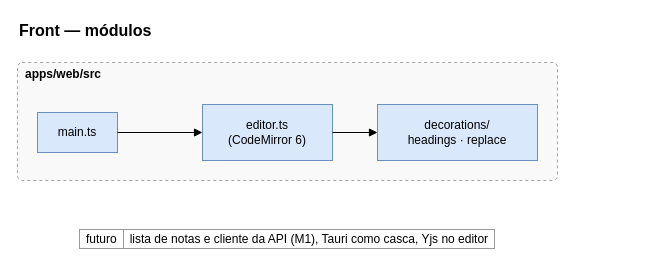
Earlier version of the draw.io diagram ai/kb/diagramas/estrutura-front.drawio (LuccaRh/NoteProject). Source tidied: cells renumbered, new cells numbered last; positions are measured from the earlier drawing's top-left corner, leaving out a move shared by most shapes. Both pictures are drawn from the tidied source at 100%, with x=0, y=0 at pixel (17, 17).
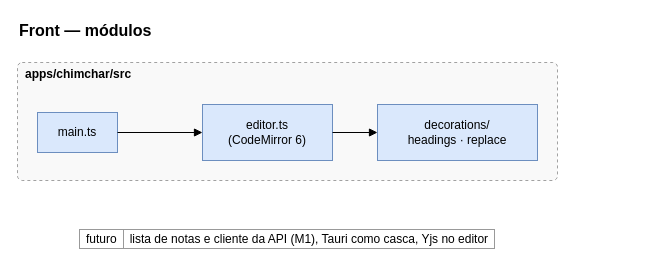
Above is the later version.

Diff of the diagram source:
```diff
@@
 <mxGraphModel background="#ffffff">
   <root>
     <mxCell id="0" />
     <mxCell id="1" parent="0" />
     <mxCell id="2" value="Front — módulos" style="text;html=1;align=left;verticalAlign=middle;fontSize=16;fontStyle=1;" parent="1" vertex="1">
       <mxGeometry width="157" height="26" as="geometry" />
     </mxCell>
     <mxCell id="3" style="rounded=1;arcSize=4;dashed=1;html=1;fontSize=12;fillColor=#f5f5f5;strokeColor=#666666;opacity=60;" parent="1" vertex="1">
       <mxGeometry y="45" width="540" height="118" as="geometry" />
     </mxCell>
     <mxCell id="4" value="main.ts" style="html=1;whiteSpace=wrap;fontSize=12;rounded=0;fillColor=#dae8fc;strokeColor=#6c8ebf;" parent="1" vertex="1">
       <mxGeometry x="20" y="95" width="80" height="40" as="geometry" />
     </mxCell>
     <mxCell id="5" value="editor.ts&lt;br&gt;(CodeMirror 6)" style="html=1;whiteSpace=wrap;fontSize=12;rounded=0;fillColor=#dae8fc;strokeColor=#6c8ebf;" parent="1" vertex="1">
       <mxGeometry x="185" y="87" width="130" height="56" as="geometry" />
     </mxCell>
     <mxCell id="6" value="decorations/&lt;br&gt;headings · replace" style="html=1;whiteSpace=wrap;fontSize=12;rounded=0;fillColor=#dae8fc;strokeColor=#6c8ebf;" parent="1" vertex="1">
       <mxGeometry x="360" y="87" width="160" height="56" as="geometry" />
     </mxCell>
     <mxCell id="7" style="html=1;rounded=0;endArrow=block;endFill=1;startArrow=none;" parent="1" edge="1">
       <mxGeometry relative="1" as="geometry">
         <mxPoint x="100" y="115" as="sourcePoint" />
         <mxPoint x="185" y="115" as="targetPoint" />
       </mxGeometry>
     </mxCell>
     <mxCell id="8" style="html=1;rounded=0;endArrow=block;endFill=1;startArrow=none;" parent="1" edge="1">
       <mxGeometry relative="1" as="geometry">
         <mxPoint x="315" y="115" as="sourcePoint" />
         <mxPoint x="360" y="115" as="targetPoint" />
       </mxGeometry>
     </mxCell>
-    <mxCell id="9" value="&lt;b&gt;apps/web/src&lt;/b&gt;" style="text;html=1;align=left;verticalAlign=middle;fontSize=12;" parent="1" vertex="1">
-      <mxGeometry x="6" y="48" width="100" height="18" as="geometry" />
+    <mxCell id="9" value="&lt;b&gt;apps/chimchar/src&lt;/b&gt;" style="text;html=1;align=left;verticalAlign=middle;fontSize=12;" parent="1" vertex="1">
+      <mxGeometry x="6" y="48" width="135" height="18" as="geometry" />
     </mxCell>
     <mxCell id="10" value="&lt;table style=&quot;border-collapse:collapse;font-size:12px&quot;&gt;&lt;tr&gt;&lt;td style=&quot;border:1px solid #999;padding:2px 6px;text-align:left&quot;&gt;futuro&lt;/td&gt;&lt;td style=&quot;border:1px solid #999;padding:2px 6px;text-align:left&quot;&gt;lista de notas e cliente da API (M1), Tauri como casca, Yjs no editor&lt;/td&gt;&lt;/tr&gt;&lt;/table&gt;" style="text;html=1;align=left;verticalAlign=top;whiteSpace=wrap;fontSize=12;" parent="1" vertex="1">
       <mxGeometry x="60" y="205" width="577" height="28" as="geometry" />
     </mxCell>
   </root>
 </mxGraphModel>
```
